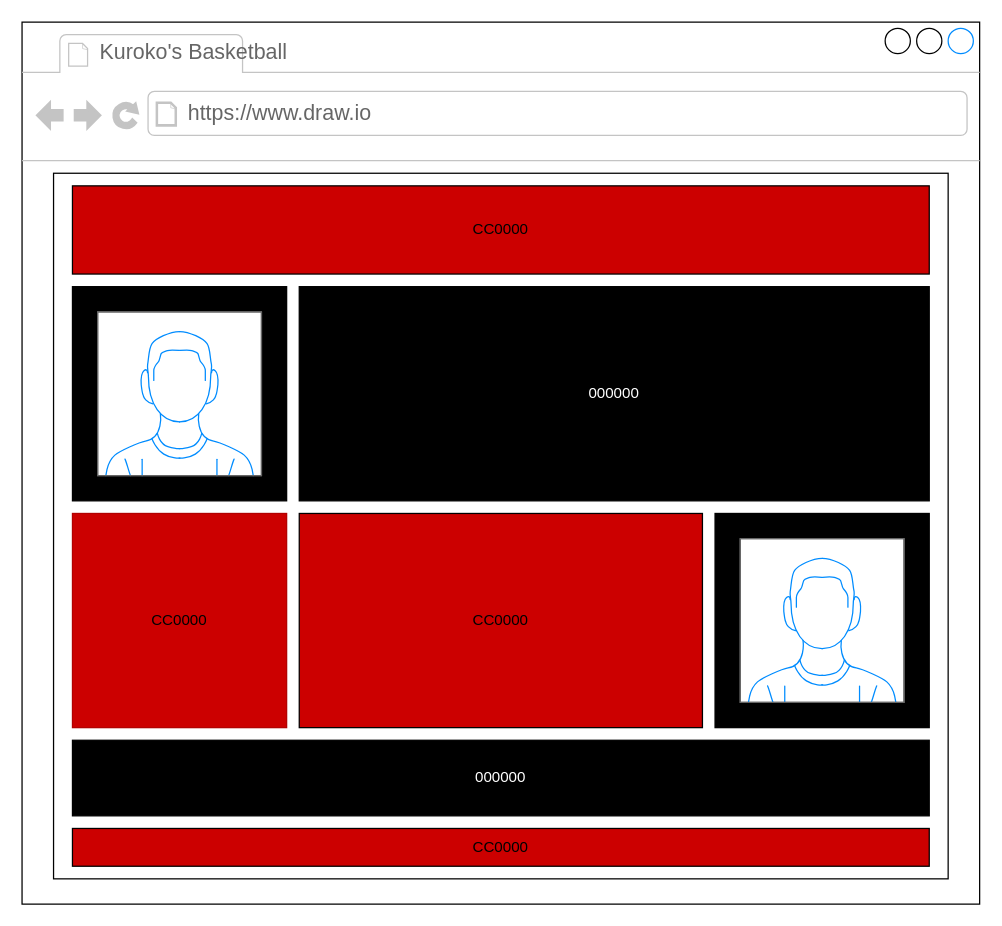
ASDAH-Digtal/18734-noah-aan keeps this draw.io diagram as wire frame.drawio. Above is the earlier version. Source tidied: cells renumbered, new cells numbered last; positions are measured from the earlier drawing's top-left corner, leaving out a move shared by most shapes. Both pictures are drawn from the tidied source at 126%, with x=0, y=0 at pixel (21, 21).
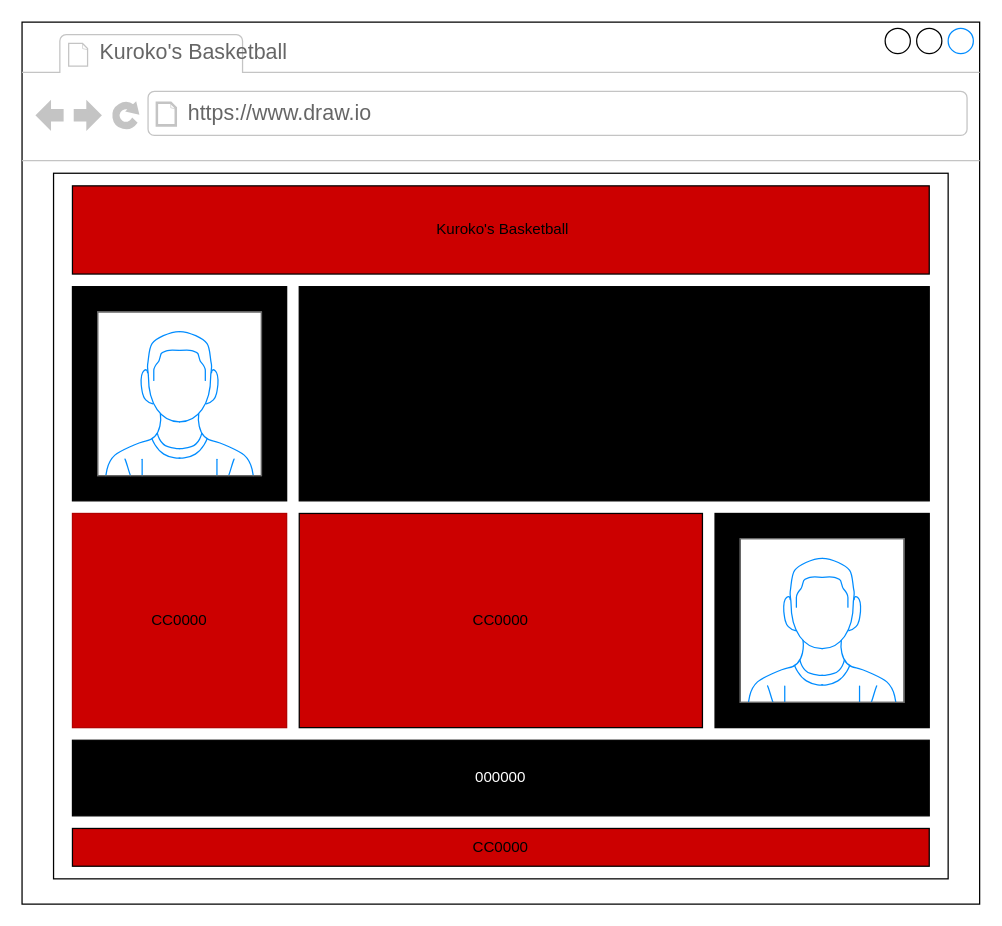
Above is the later version.

Diff of the diagram source:
```diff
@@
 <mxGraphModel>
   <root>
     <mxCell id="0" />
     <mxCell id="1" parent="0" />
     <mxCell id="2" style="strokeWidth=1;shadow=0;dashed=0;align=center;html=1;shape=mxgraph.mockup.containers.browserWindow;rSize=0;strokeColor2=#008cff;strokeColor3=#c4c4c4;mainText=,;" parent="1" vertex="1">
       <mxGeometry width="760" height="700" as="geometry" />
     </mxCell>
     <mxCell id="3" value="Kuroko's Basketball" style="strokeWidth=1;shadow=0;dashed=0;align=center;html=1;shape=mxgraph.mockup.containers.anchor;fontSize=17;fontColor=#666666;align=left;" parent="2" vertex="1">
       <mxGeometry x="60" y="12" width="110" height="26" as="geometry" />
     </mxCell>
     <mxCell id="4" value="https://www.draw.io" style="strokeWidth=1;shadow=0;dashed=0;align=center;html=1;shape=mxgraph.mockup.containers.anchor;rSize=0;fontSize=17;fontColor=#666666;align=left;" parent="2" vertex="1">
       <mxGeometry x="130" y="60" width="250" height="26" as="geometry" />
     </mxCell>
     <mxCell id="5" style="rounded=0;whiteSpace=wrap;html=1;" parent="2" vertex="1">
       <mxGeometry x="25" y="120" width="710" height="560" as="geometry" />
     </mxCell>
-    <mxCell id="6" value="CC0000" style="rounded=0;whiteSpace=wrap;html=1;fillColor=#CC0000;" parent="2" vertex="1">
+    <mxCell id="6" value="&amp;nbsp;Kuroko's Basketball" style="rounded=0;whiteSpace=wrap;html=1;fillColor=#CC0000;" parent="2" vertex="1">
       <mxGeometry x="40" y="130" width="680" height="70" as="geometry" />
     </mxCell>
     <mxCell id="7" style="whiteSpace=wrap;html=1;fillColor=#000000;" parent="2" vertex="1">
       <mxGeometry x="40" y="210" width="170" height="170" as="geometry" />
     </mxCell>
     <mxCell id="8" value="&lt;font color=&quot;#000000&quot;&gt;CC0000&lt;/font&gt;" style="whiteSpace=wrap;html=1;strokeColor=#B20000;fontColor=#ffffff;fillColor=#CC0000;" parent="2" vertex="1">
       <mxGeometry x="40" y="390" width="170" height="170" as="geometry" />
     </mxCell>
     <mxCell id="9" value="&lt;font color=&quot;#ffffff&quot;&gt;000000&lt;/font&gt;" style="rounded=0;whiteSpace=wrap;html=1;fillColor=#000000;" parent="2" vertex="1">
       <mxGeometry x="40" y="570" width="680" height="60" as="geometry" />
     </mxCell>
-    <mxCell id="10" value="&lt;font color=&quot;#ffffff&quot;&gt;000000&lt;/font&gt;" style="rounded=0;whiteSpace=wrap;html=1;fillColor=#000000;" parent="2" vertex="1">
+    <mxCell id="10" value="&lt;p style=&quot;margin: 0.5em 0px ; color: rgb(32 , 33 , 34) ; font-family: sans-serif ; background-color: rgb(255 , 255 , 255) ; font-size: 11px&quot;&gt;&lt;br&gt;&lt;/p&gt;" style="rounded=0;whiteSpace=wrap;html=1;fillColor=#000000;" parent="2" vertex="1">
       <mxGeometry x="220" y="210" width="500" height="170" as="geometry" />
     </mxCell>
     <mxCell id="11" value="CC0000" style="rounded=0;whiteSpace=wrap;html=1;fillColor=#CC0000;" parent="2" vertex="1">
       <mxGeometry x="40" y="640" width="680" height="30" as="geometry" />
     </mxCell>
     <mxCell id="12" value="CC0000" style="rounded=0;whiteSpace=wrap;html=1;fillColor=#CC0000;" parent="2" vertex="1">
       <mxGeometry x="220" y="390" width="320" height="170" as="geometry" />
     </mxCell>
     <mxCell id="13" style="whiteSpace=wrap;html=1;fillColor=#000000;" parent="2" vertex="1">
       <mxGeometry x="550" y="390" width="170" height="170" as="geometry" />
     </mxCell>
     <mxCell id="14" style="verticalLabelPosition=bottom;shadow=0;dashed=0;align=center;html=1;verticalAlign=top;strokeWidth=1;shape=mxgraph.mockup.containers.userMale;strokeColor=#666666;strokeColor2=#008cff;" parent="2" vertex="1">
       <mxGeometry x="60" y="230" width="130" height="130" as="geometry" />
     </mxCell>
     <mxCell id="15" style="verticalLabelPosition=bottom;shadow=0;dashed=0;align=center;html=1;verticalAlign=top;strokeWidth=1;shape=mxgraph.mockup.containers.userMale;strokeColor=#666666;strokeColor2=#008cff;" parent="2" vertex="1">
       <mxGeometry x="570" y="410" width="130" height="130" as="geometry" />
     </mxCell>
   </root>
 </mxGraphModel>
```
